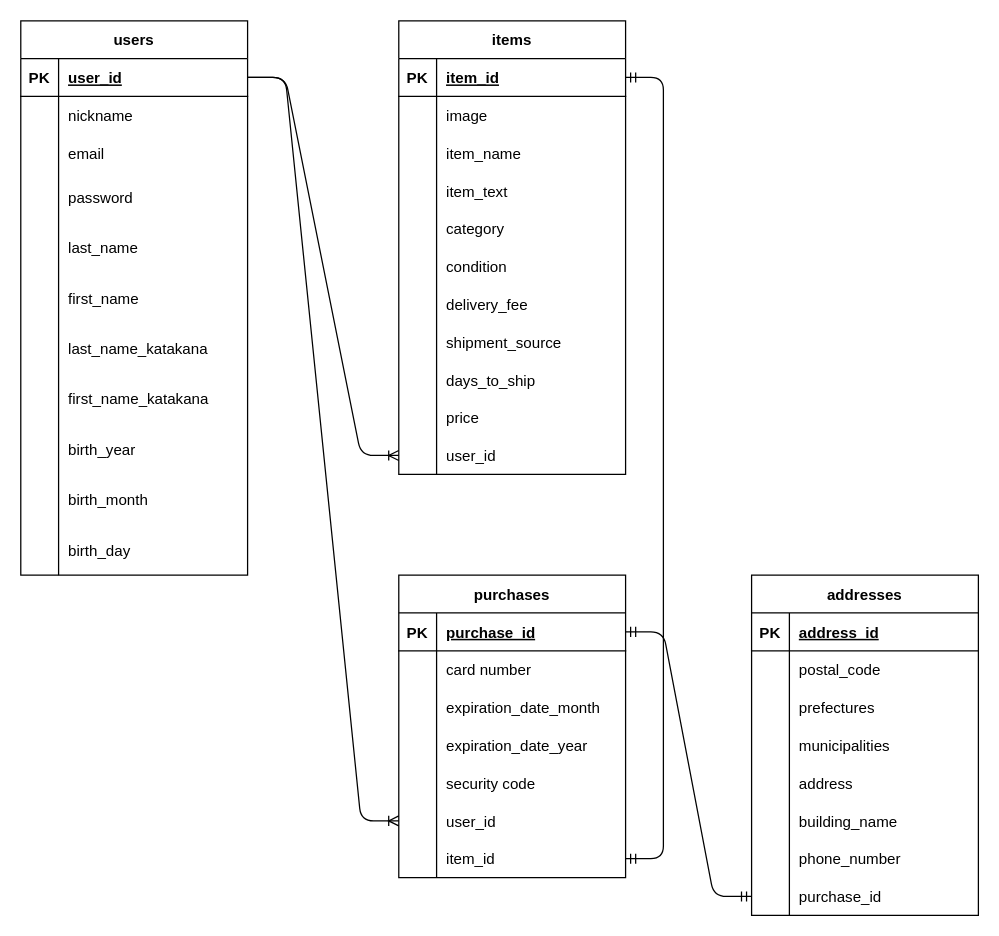
This is ER.dio from shibayamasho/furima-34448, a draw.io file, before an edit. Source tidied: cells renumbered, new cells numbered last; positions are measured from the earlier drawing's top-left corner, leaving out a move shared by most shapes. Both pictures are drawn from the tidied source at 126%, with x=0, y=0 at pixel (20, 20).
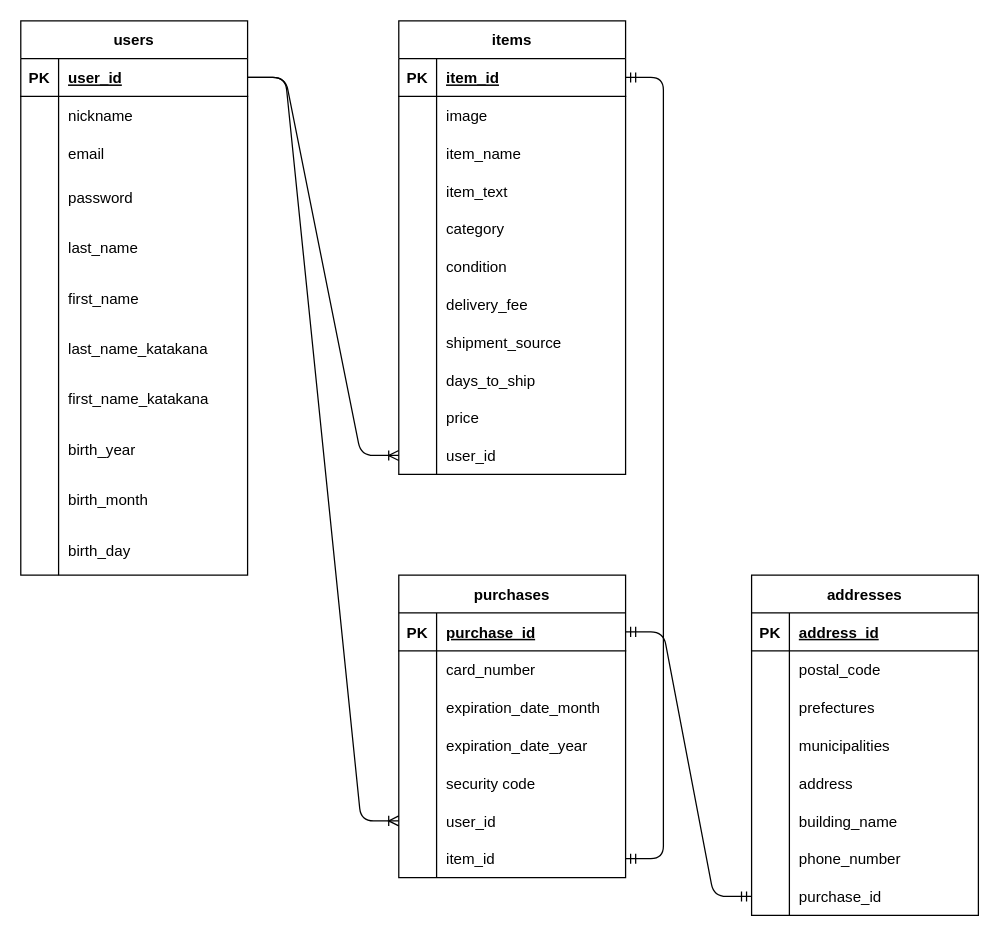
Above is the later version.

Unchanged cells that the change refers to:
```xml
<mxCell id="100" style="shape=partialRectangle;fillColor=none;top=0;left=0;bottom=0;right=0;" parent="96" vertex="1">
  <mxGeometry y="60" width="180" height="30" as="geometry" />
</mxCell>
```

Change to the diagram source:
```diff
@@
-    <mxCell id="102" value="card number" style="shape=partialRectangle;fillColor=none;top=0;left=0;bottom=0;right=0;align=left;spacingLeft=6;overflow=hidden;" parent="100" vertex="1">
+    <mxCell id="102" value="card_number" style="shape=partialRectangle;fillColor=none;top=0;left=0;bottom=0;right=0;align=left;spacingLeft=6;overflow=hidden;" parent="100" vertex="1">
       <mxGeometry x="30" width="150" height="30" as="geometry" />
     </mxCell>
```
